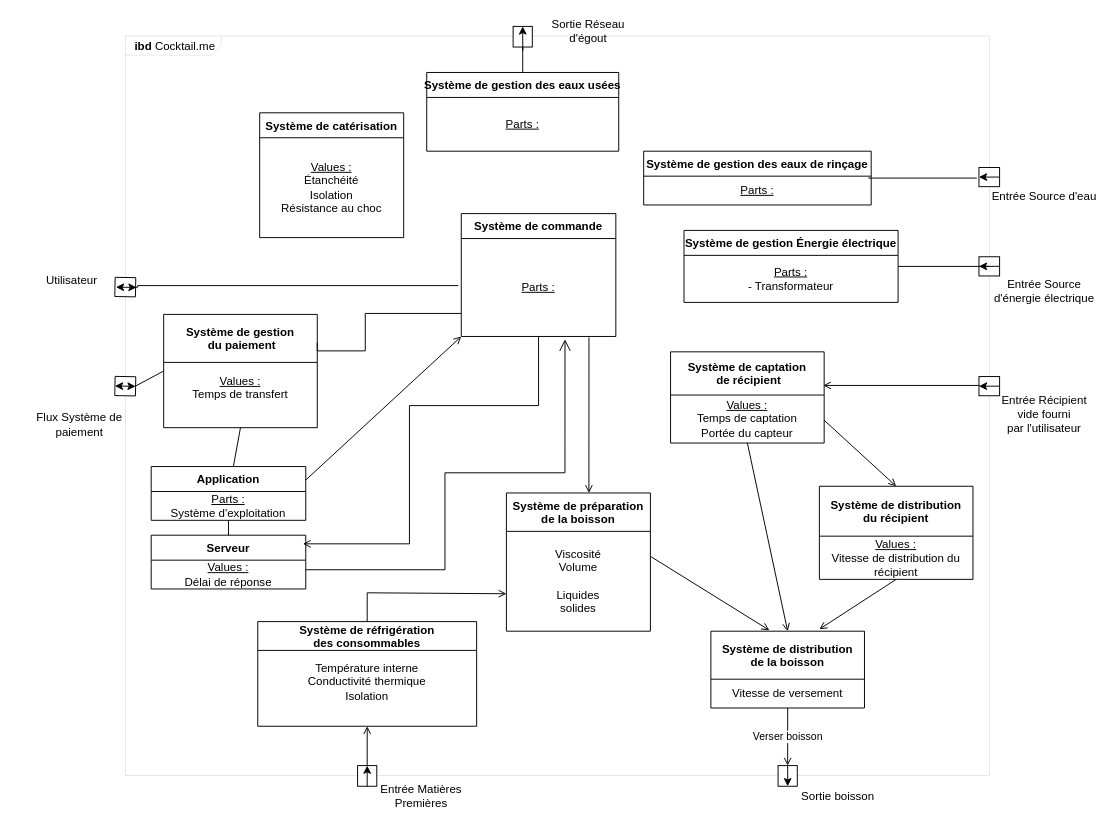
Earlier version of the draw.io diagram page "IDB" (6 of 14) of borneCocktailP22.drawio (mbricogn/TN29-MBSE). Source tidied: cells renumbered, new cells numbered last; positions are measured from the earlier drawing's top-left corner, leaving out a move shared by most shapes. Both pictures are drawn from the tidied source at 96%, with x=0, y=0 at pixel (16, 16).
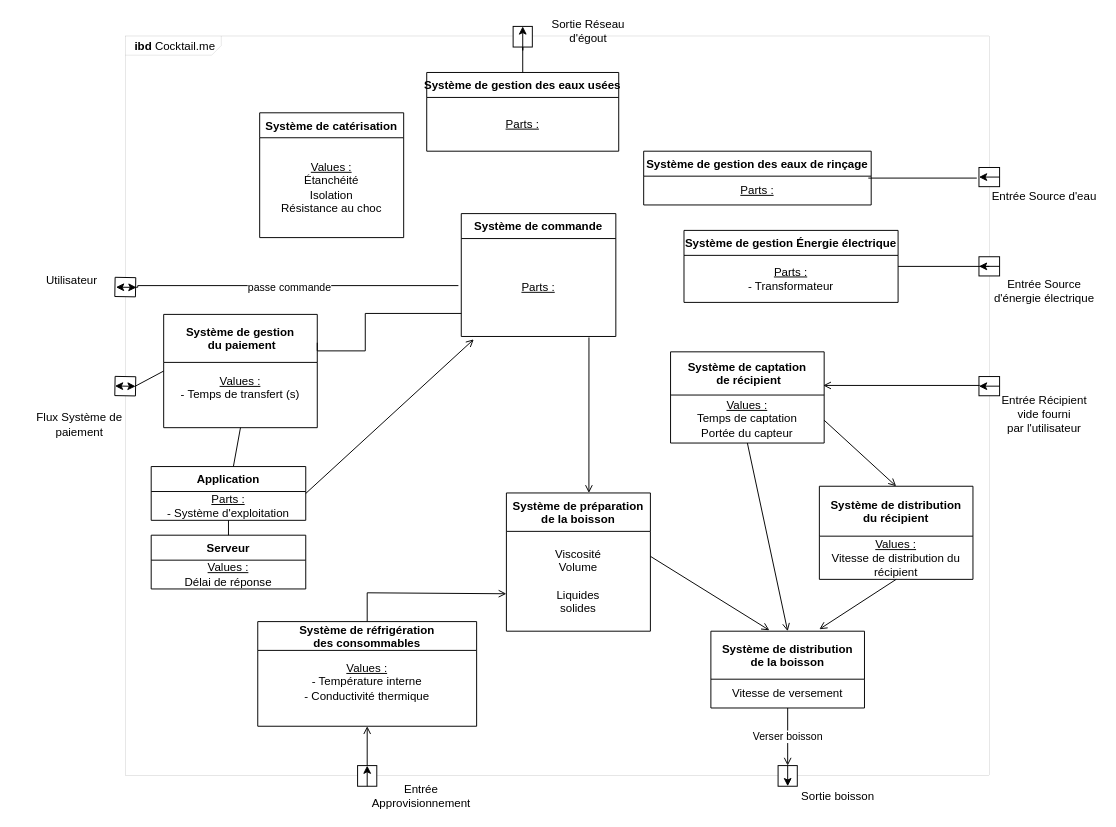
The same diagram, later.

Unchanged cells that the change refers to:
```xml
<mxCell id="11" value="Système de gestion&#10; du paiement" style="swimlane;fontStyle=1;horizontal=1;startSize=50;fillColor=none;" parent="1" vertex="1">
  <mxGeometry x="153" y="310" width="160" height="118" as="geometry" />
</mxCell>
<mxCell id="22" value="Système de commande" style="swimlane;fontStyle=1;horizontal=1;startSize=26;fillColor=none;" parent="1" vertex="1">
  <mxGeometry x="463" y="205" width="161" height="128" as="geometry" />
</mxCell>
<mxCell id="23" value="&lt;u&gt;Parts :&lt;/u&gt;" style="text;html=1;strokeColor=none;fillColor=none;align=center;verticalAlign=middle;whiteSpace=wrap;rounded=0;" parent="22" vertex="1">
  <mxGeometry y="26" width="161" height="102" as="geometry" />
</mxCell>
<mxCell id="52" value="Système de réfrigération &#10;des consommables" style="swimlane;fontStyle=1;horizontal=1;startSize=30;fillColor=none;" parent="1" vertex="1">
  <mxGeometry x="251" y="630" width="228" height="109" as="geometry" />
</mxCell>
<mxCell id="70" style="edgeStyle=orthogonalEdgeStyle;rounded=0;jettySize=auto;html=1;entryX=0.5;entryY=0;entryDx=0;entryDy=0;startArrow=none;startFill=0;endArrow=none;endFill=0;startSize=10;strokeWidth=1;" parent="1" edge="1" target="68">
  <mxGeometry relative="1" as="geometry">
    <mxPoint x="460" y="280" as="sourcePoint" />
    <Array as="points">
      <mxPoint x="126" y="280" />
      <mxPoint x="126" y="282" />
    </Array>
  </mxGeometry>
</mxCell>
<mxCell id="72" value="&lt;div&gt;&lt;u&gt;Values :&lt;/u&gt;&lt;br&gt;&lt;/div&gt;&lt;div&gt;Délai de réponse&lt;br&gt;&lt;/div&gt;" style="text;html=1;strokeColor=none;fillColor=none;align=center;verticalAlign=middle;whiteSpace=wrap;rounded=0;" parent="71" vertex="1">
  <mxGeometry y="26" width="161" height="30" as="geometry" />
</mxCell>
<mxCell id="73" value="Application" style="swimlane;fontStyle=1;horizontal=1;startSize=26;fillColor=none;" parent="1" vertex="1">
  <mxGeometry x="140" y="468.5" width="161" height="56" as="geometry" />
</mxCell>
```

Diff of the diagram source:
```diff
@@
-    <mxCell id="12" value="&lt;div&gt;&lt;u&gt;Values :&lt;/u&gt;&lt;br&gt;&lt;/div&gt;&lt;div&gt;Temps de transfert&lt;br&gt;&lt;/div&gt;&lt;div&gt;&lt;u&gt;&lt;br&gt;&lt;/u&gt;&lt;/div&gt;" style="text;html=1;strokeColor=none;fillColor=none;align=center;verticalAlign=middle;whiteSpace=wrap;rounded=0;" parent="11" vertex="1">
+    <mxCell id="12" value="&lt;div&gt;&lt;u&gt;Values :&lt;/u&gt;&lt;br&gt;&lt;/div&gt;&lt;div&gt;- Temps de transfert (s)&lt;br&gt;&lt;/div&gt;&lt;div&gt;&lt;u&gt;&lt;br&gt;&lt;/u&gt;&lt;/div&gt;" style="text;html=1;strokeColor=none;fillColor=none;align=center;verticalAlign=middle;whiteSpace=wrap;rounded=0;" parent="11" vertex="1">
       <mxGeometry y="50" width="160" height="68" as="geometry" />
     </mxCell>
@@
-    <mxCell id="53" value="&lt;div&gt;Température interne&lt;/div&gt;&lt;div&gt;Conductivité thermique&lt;/div&gt;&lt;div&gt;Isolation&lt;br&gt;&lt;/div&gt;&lt;div&gt;&lt;br&gt;&lt;/div&gt;" style="text;html=1;strokeColor=none;fillColor=none;align=center;verticalAlign=middle;whiteSpace=wrap;rounded=0;" parent="52" vertex="1">
+    <mxCell id="53" value="&lt;div&gt;&lt;u&gt;Values :&lt;/u&gt;&lt;/div&gt;&lt;div&gt;- Température interne&lt;/div&gt;&lt;div&gt;- Conductivité thermique&lt;/div&gt;&lt;div&gt;&lt;br&gt;&lt;/div&gt;" style="text;html=1;strokeColor=none;fillColor=none;align=center;verticalAlign=middle;whiteSpace=wrap;rounded=0;" parent="52" vertex="1">
       <mxGeometry y="30" width="228" height="79" as="geometry" />
     </mxCell>
@@
-    <mxCell id="60" value="Entrée Matières Premières" style="text;html=1;strokeColor=none;fillColor=none;align=center;verticalAlign=middle;whiteSpace=wrap;rounded=0;" parent="1" vertex="1">
+    <mxCell id="60" value="Entrée Approvisionnement" style="text;html=1;strokeColor=none;fillColor=none;align=center;verticalAlign=middle;whiteSpace=wrap;rounded=0;" parent="1" vertex="1">
       <mxGeometry x="364" y="797" width="115" height="30" as="geometry" />
     </mxCell>
@@
+    <mxCell id="80" value="passe commande" style="edgeLabel;html=1;align=center;verticalAlign=middle;" parent="70" vertex="1">
+      <mxGeometry x="0.05" y="1" relative="1" as="geometry" />
+    </mxCell>
@@
-    <mxCell id="74" value="&lt;u&gt;Parts :&lt;/u&gt;&lt;br&gt;&lt;div&gt;Système d'exploitation&lt;br&gt;&lt;/div&gt;" style="text;html=1;strokeColor=none;fillColor=none;align=center;verticalAlign=middle;whiteSpace=wrap;rounded=0;" parent="73" vertex="1">
+    <mxCell id="74" value="&lt;u&gt;Parts :&lt;/u&gt;&lt;br&gt;&lt;div&gt;- Système d'exploitation&lt;br&gt;&lt;/div&gt;" style="text;html=1;strokeColor=none;fillColor=none;align=center;verticalAlign=middle;whiteSpace=wrap;rounded=0;" parent="73" vertex="1">
       <mxGeometry y="26" width="161" height="30" as="geometry" />
     </mxCell>
-    <mxCell id="75" style="edgeStyle=orthogonalEdgeStyle;rounded=0;jettySize=auto;html=1;startArrow=none;startFill=0;endArrow=open;endFill=0;startSize=10;strokeWidth=1;exitX=0.5;exitY=1;exitDx=0;exitDy=0;" parent="1" edge="1" source="22">
-      <mxGeometry relative="1" as="geometry">
-        <mxPoint x="298" y="549" as="targetPoint" />
-        <Array as="points">
-          <mxPoint x="544" y="405" />
-          <mxPoint x="409" y="405" />
-          <mxPoint x="409" y="549" />
-        </Array>
-      </mxGeometry>
-    </mxCell>
@@
-    <mxCell id="78" style="edgeStyle=orthogonalEdgeStyle;rounded=0;jettySize=auto;html=1;startArrow=open;startFill=0;endArrow=none;endFill=0;startSize=10;strokeWidth=1;exitX=0.671;exitY=1.029;exitDx=0;exitDy=0;entryX=1;entryY=0.333;entryDx=0;entryDy=0;entryPerimeter=0;exitPerimeter=0;" parent="1" edge="1" source="23" target="72">
-      <mxGeometry relative="1" as="geometry">
-        <Array as="points">
-          <mxPoint x="571" y="475" />
-          <mxPoint x="446" y="475" />
-          <mxPoint x="446" y="576" />
-        </Array>
-      </mxGeometry>
-    </mxCell>
-    <mxCell id="79" style="endArrow=open;html=1;rounded=0;sketch=0;exitX=1;exitY=0.25;exitDx=0;exitDy=0;entryX=0;entryY=1;entryDx=0;entryDy=0;endFill=0;" parent="1" edge="1" source="73" target="22">
+    <mxCell id="79" style="endArrow=open;html=1;rounded=0;sketch=0;exitX=1;exitY=0.5;exitDx=0;exitDy=0;entryX=0.081;entryY=1.029;entryDx=0;entryDy=0;endFill=0;entryPerimeter=0;" parent="1" edge="1" source="73" target="23">
       <mxGeometry relative="1" as="geometry" />
     </mxCell>
```
